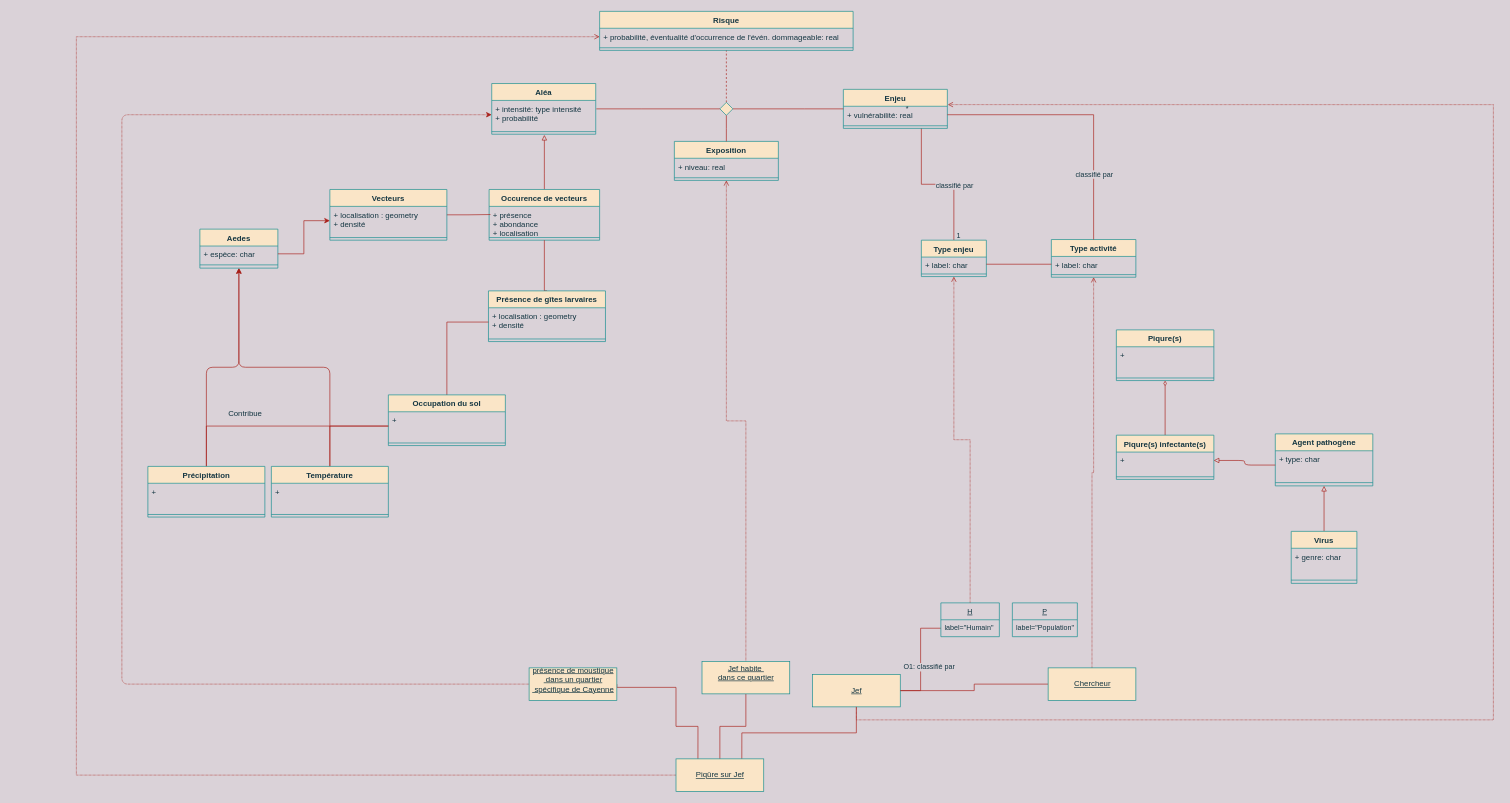
Earlier version of the draw.io diagram diagramme_classe_objet.drawio (EmmanuelRouxIRD/PROGYSAT-VecTrans). Source tidied: cells renumbered, new cells numbered last; positions are measured from the earlier drawing's top-left corner, leaving out a move shared by most shapes. Both pictures are drawn from the tidied source at 65%, with x=0, y=0 at pixel (76, 11).
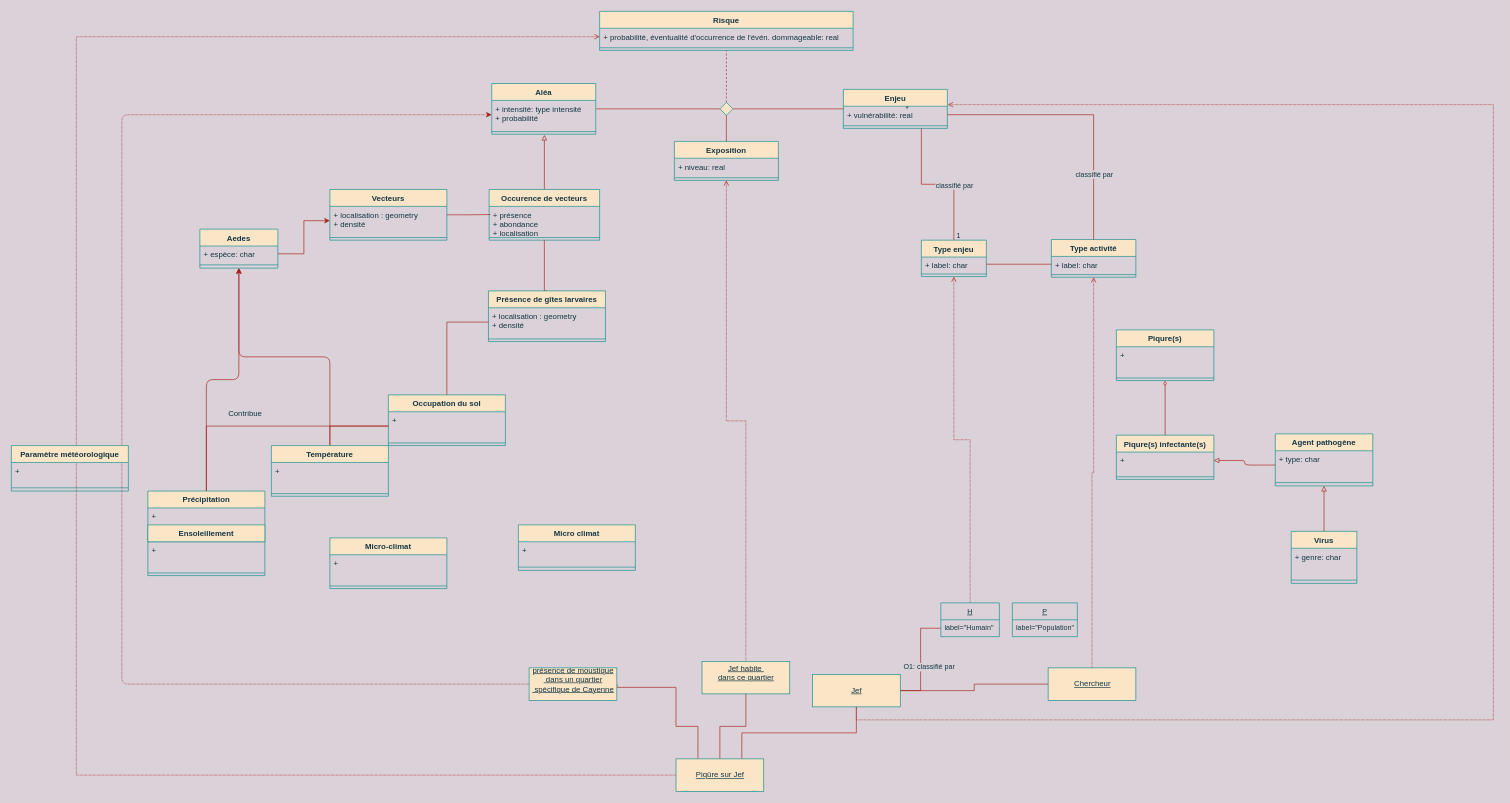
Above is the later version.

Change to the diagram source:
```diff
@@
     <mxCell id="65" value="Précipitation" style="swimlane;fontStyle=1;align=center;verticalAlign=top;horizontal=1;startSize=26;fillColor=#FAE5C7;strokeColor=#0F8B8D;fontColor=#143642;" parent="1" vertex="1">
-      <mxGeometry x="110" y="700" width="180" height="78" as="geometry" />
+      <mxGeometry x="110" y="738" width="180" height="78" as="geometry" />
     </mxCell>
@@
     <mxCell id="71" value="Température" style="swimlane;fontStyle=1;align=center;verticalAlign=top;horizontal=1;startSize=26;fillColor=#FAE5C7;strokeColor=#0F8B8D;fontColor=#143642;" parent="1" vertex="1">
-      <mxGeometry x="300" y="700" width="180" height="78" as="geometry" />
+      <mxGeometry x="300" y="668" width="180" height="78" as="geometry" />
     </mxCell>
@@
+    <mxCell id="99" value="Micro-climat&#10;" style="swimlane;fontStyle=1;align=center;verticalAlign=top;horizontal=1;startSize=26;fillColor=#FAE5C7;strokeColor=#0F8B8D;fontColor=#143642;" parent="1" vertex="1">
+      <mxGeometry x="390" y="810" width="180" height="78" as="geometry" />
+    </mxCell>
+    <mxCell id="100" value="+" style="text;strokeColor=none;fillColor=none;align=left;verticalAlign=top;spacingLeft=4;spacingRight=4;overflow=hidden;fontColor=#143642;" parent="99" vertex="1">
+      <mxGeometry y="26" width="180" height="44" as="geometry" />
+    </mxCell>
+    <mxCell id="101" style="line;strokeWidth=1;fillColor=none;align=left;verticalAlign=middle;spacingTop=-1;spacingLeft=3;spacingRight=3;labelPosition=right;strokeColor=#0F8B8D;fontColor=#143642;labelBackgroundColor=#DAD2D8;" parent="99" vertex="1">
+      <mxGeometry y="70" width="180" height="8" as="geometry" />
+    </mxCell>
+    <mxCell id="102" value="Ensoleillement" style="swimlane;fontStyle=1;align=center;verticalAlign=top;horizontal=1;startSize=26;fillColor=#FAE5C7;strokeColor=#0F8B8D;fontColor=#143642;" parent="1" vertex="1">
+      <mxGeometry x="110" y="790" width="180" height="78" as="geometry" />
+    </mxCell>
+    <mxCell id="103" value="+" style="text;strokeColor=none;fillColor=none;align=left;verticalAlign=top;spacingLeft=4;spacingRight=4;overflow=hidden;fontColor=#143642;" parent="102" vertex="1">
+      <mxGeometry y="26" width="180" height="44" as="geometry" />
+    </mxCell>
+    <mxCell id="104" style="line;strokeWidth=1;fillColor=none;align=left;verticalAlign=middle;spacingTop=-1;spacingLeft=3;spacingRight=3;labelPosition=right;strokeColor=#0F8B8D;fontColor=#143642;labelBackgroundColor=#DAD2D8;" parent="102" vertex="1">
+      <mxGeometry y="70" width="180" height="8" as="geometry" />
+    </mxCell>
+    <mxCell id="105" value="Paramètre météorologique" style="swimlane;fontStyle=1;align=center;verticalAlign=top;horizontal=1;startSize=26;fillColor=#FAE5C7;strokeColor=#0F8B8D;fontColor=#143642;" parent="1" vertex="1">
+      <mxGeometry x="-100" y="668" width="180" height="70" as="geometry" />
+    </mxCell>
+    <mxCell id="106" value="+" style="text;strokeColor=none;fillColor=none;align=left;verticalAlign=top;spacingLeft=4;spacingRight=4;overflow=hidden;fontColor=#143642;" parent="105" vertex="1">
+      <mxGeometry y="26" width="180" height="34" as="geometry" />
+    </mxCell>
+    <mxCell id="107" style="line;strokeWidth=1;fillColor=none;align=left;verticalAlign=middle;spacingTop=-1;spacingLeft=3;spacingRight=3;labelPosition=right;strokeColor=#0F8B8D;fontColor=#143642;labelBackgroundColor=#DAD2D8;" parent="105" vertex="1">
+      <mxGeometry y="60" width="180" height="10" as="geometry" />
+    </mxCell>
+    <mxCell id="108" value="Micro climat" style="swimlane;fontStyle=1;align=center;verticalAlign=top;horizontal=1;startSize=26;fillColor=#FAE5C7;strokeColor=#0F8B8D;fontColor=#143642;" parent="1" vertex="1">
+      <mxGeometry x="680" y="790" width="180" height="70" as="geometry" />
+    </mxCell>
+    <mxCell id="109" value="+" style="text;strokeColor=none;fillColor=none;align=left;verticalAlign=top;spacingLeft=4;spacingRight=4;overflow=hidden;fontColor=#143642;" parent="108" vertex="1">
+      <mxGeometry y="26" width="180" height="34" as="geometry" />
+    </mxCell>
+    <mxCell id="110" style="line;strokeWidth=1;fillColor=none;align=left;verticalAlign=middle;spacingTop=-1;spacingLeft=3;spacingRight=3;labelPosition=right;strokeColor=#0F8B8D;fontColor=#143642;labelBackgroundColor=#DAD2D8;" parent="108" vertex="1">
+      <mxGeometry y="60" width="180" height="10" as="geometry" />
+    </mxCell>
```
